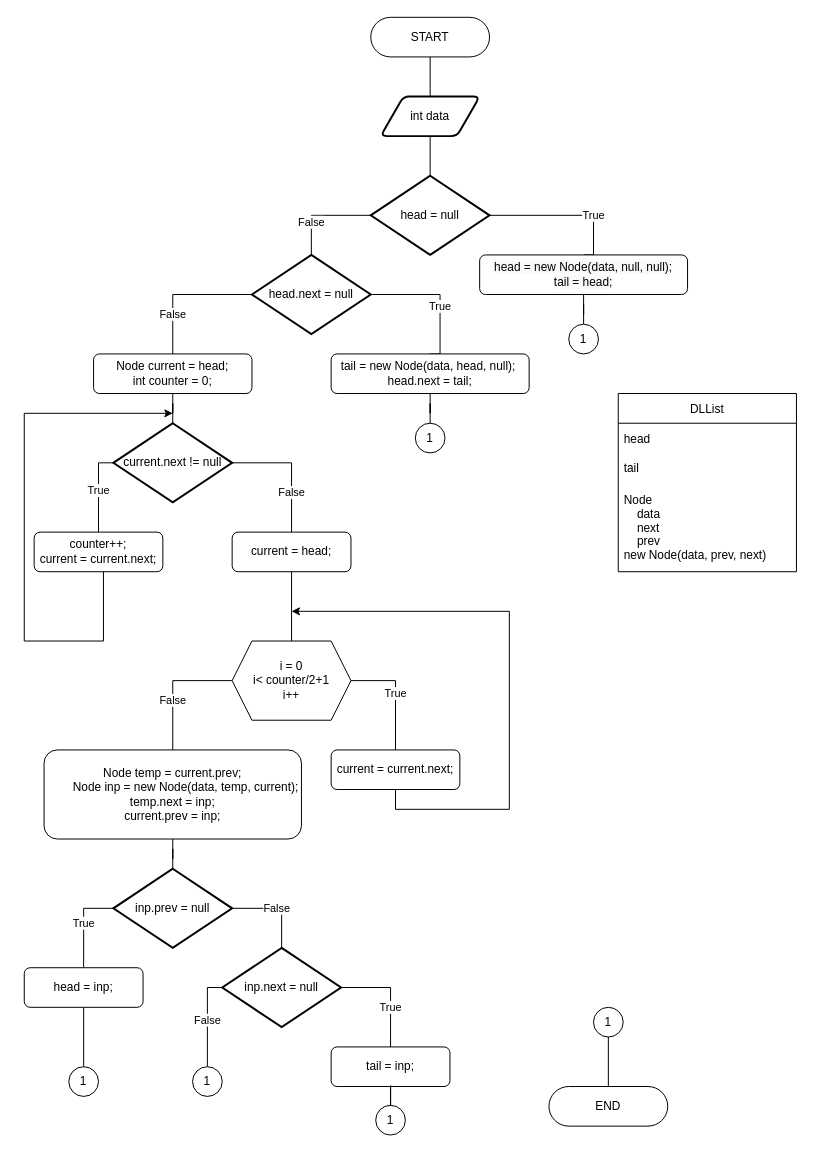
Earlier version of the draw.io diagram Lab_04/4_lab.drawio (Alehanderio/ads-dryha-kp11). Source tidied: cells renumbered, new cells numbered last; positions are measured from the earlier drawing's top-left corner, leaving out a move shared by most shapes. Both pictures are drawn from the tidied source at 99%, with x=0, y=0 at pixel (24, 17).
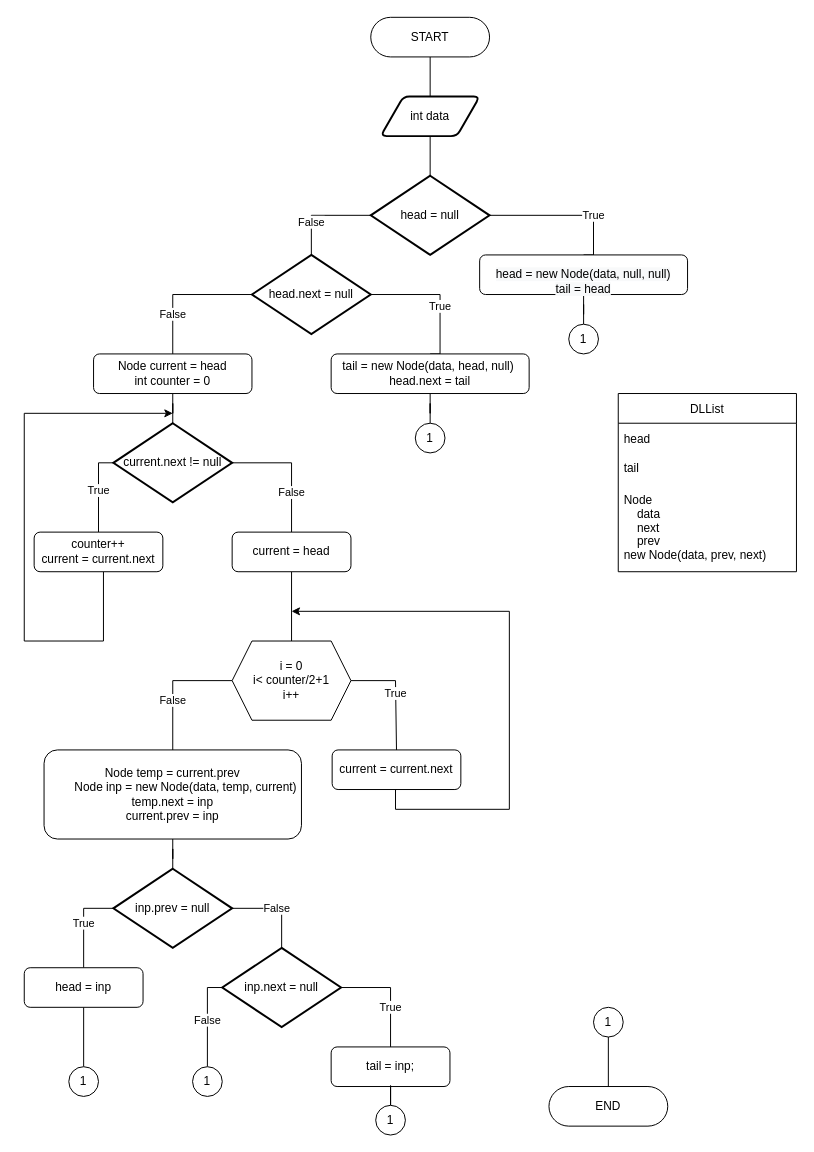
Above is the later version.

The edit, as a diff of the source:
```diff
@@
-    <mxCell id="9" value="&#10;&#10;&lt;span style=&quot;color: rgb(0, 0, 0); font-family: helvetica; font-size: 12px; font-style: normal; font-weight: 400; letter-spacing: normal; text-align: center; text-indent: 0px; text-transform: none; word-spacing: 0px; background-color: rgb(248, 249, 250); display: inline; float: none;&quot;&gt;head = new Node(data, null, null);&lt;/span&gt;&lt;br style=&quot;color: rgb(0, 0, 0); font-family: helvetica; font-size: 12px; font-style: normal; font-weight: 400; letter-spacing: normal; text-align: center; text-indent: 0px; text-transform: none; word-spacing: 0px; background-color: rgb(248, 249, 250);&quot;&gt;&lt;span style=&quot;color: rgb(0, 0, 0); font-family: helvetica; font-size: 12px; font-style: normal; font-weight: 400; letter-spacing: normal; text-align: center; text-indent: 0px; text-transform: none; word-spacing: 0px; background-color: rgb(248, 249, 250); display: inline; float: none;&quot;&gt;tail = head;&lt;/span&gt;&#10;&#10;" style="rounded=1;whiteSpace=wrap;html=1;" parent="1" vertex="1">
+    <mxCell id="9" value="&lt;br&gt;&lt;span style=&quot;color: rgb(0 , 0 , 0) ; font-family: &amp;#34;helvetica&amp;#34; ; font-size: 12px ; font-style: normal ; font-weight: 400 ; letter-spacing: normal ; text-align: center ; text-indent: 0px ; text-transform: none ; word-spacing: 0px ; background-color: rgb(248 , 249 , 250) ; display: inline ; float: none&quot;&gt;head = new Node(data, null, null)&lt;/span&gt;&lt;br style=&quot;color: rgb(0 , 0 , 0) ; font-family: &amp;#34;helvetica&amp;#34; ; font-size: 12px ; font-style: normal ; font-weight: 400 ; letter-spacing: normal ; text-align: center ; text-indent: 0px ; text-transform: none ; word-spacing: 0px ; background-color: rgb(248 , 249 , 250)&quot;&gt;&lt;span style=&quot;color: rgb(0 , 0 , 0) ; font-family: &amp;#34;helvetica&amp;#34; ; font-size: 12px ; font-style: normal ; font-weight: 400 ; letter-spacing: normal ; text-align: center ; text-indent: 0px ; text-transform: none ; word-spacing: 0px ; background-color: rgb(248 , 249 , 250) ; display: inline ; float: none&quot;&gt;tail = head&lt;/span&gt;&lt;br&gt;" style="rounded=1;whiteSpace=wrap;html=1;" parent="1" vertex="1">
       <mxGeometry x="460" y="240" width="210" height="40" as="geometry" />
     </mxCell>
@@
-    <mxCell id="16" value="tail = new Node(data, head, null);&amp;nbsp; head.next = tail;" style="rounded=1;whiteSpace=wrap;html=1;" parent="1" vertex="1">
+    <mxCell id="16" value="tail = new Node(data, head, null)&amp;nbsp; head.next = tail" style="rounded=1;whiteSpace=wrap;html=1;" parent="1" vertex="1">
       <mxGeometry x="310" y="340" width="200" height="40" as="geometry" />
     </mxCell>
@@
-    <mxCell id="19" value="Node current = head;&lt;br&gt;int counter = 0;" style="rounded=1;whiteSpace=wrap;html=1;" parent="1" vertex="1">
+    <mxCell id="19" value="Node current = head&lt;br&gt;int counter = 0" style="rounded=1;whiteSpace=wrap;html=1;" parent="1" vertex="1">
       <mxGeometry x="70" y="340" width="160" height="40" as="geometry" />
     </mxCell>
@@
-    <mxCell id="24" value="counter++;&lt;br&gt;current = current.next;" style="rounded=1;whiteSpace=wrap;html=1;" parent="1" vertex="1">
+    <mxCell id="24" value="counter++&lt;br&gt;current = current.next" style="rounded=1;whiteSpace=wrap;html=1;" parent="1" vertex="1">
       <mxGeometry x="10" y="520" width="130" height="40" as="geometry" />
     </mxCell>
@@
-    <mxCell id="26" value="current = head;" style="rounded=1;whiteSpace=wrap;html=1;" parent="1" vertex="1">
+    <mxCell id="26" value="current = head" style="rounded=1;whiteSpace=wrap;html=1;" parent="1" vertex="1">
       <mxGeometry x="210" y="520" width="120" height="40" as="geometry" />
     </mxCell>
@@
-    <mxCell id="31" value="current = current.next;" style="rounded=1;whiteSpace=wrap;html=1;" parent="1" vertex="1">
-      <mxGeometry x="310" y="740" width="130" height="40" as="geometry" />
+    <mxCell id="31" value="current = current.next" style="rounded=1;whiteSpace=wrap;html=1;" parent="1" vertex="1">
+      <mxGeometry x="311" y="740" width="130" height="40" as="geometry" />
     </mxCell>
@@
-    <mxCell id="33" value="Node temp = current.prev;&lt;br&gt;&amp;nbsp; &amp;nbsp; &amp;nbsp; &amp;nbsp; Node inp = new Node(data, temp, current);&lt;br&gt;temp.next = inp;&lt;br&gt;current.prev = inp;" style="rounded=1;whiteSpace=wrap;html=1;" parent="1" vertex="1">
+    <mxCell id="33" value="Node temp = current.prev&lt;br&gt;&amp;nbsp; &amp;nbsp; &amp;nbsp; &amp;nbsp; Node inp = new Node(data, temp, current)&lt;br&gt;temp.next = inp&lt;br&gt;current.prev = inp" style="rounded=1;whiteSpace=wrap;html=1;" parent="1" vertex="1">
       <mxGeometry x="20" y="740" width="260" height="90" as="geometry" />
     </mxCell>
@@
-    <mxCell id="38" value="head = inp;" style="rounded=1;whiteSpace=wrap;html=1;" parent="1" vertex="1">
+    <mxCell id="38" value="head = inp" style="rounded=1;whiteSpace=wrap;html=1;" parent="1" vertex="1">
       <mxGeometry y="960" width="120" height="40" as="geometry" />
     </mxCell>
```
